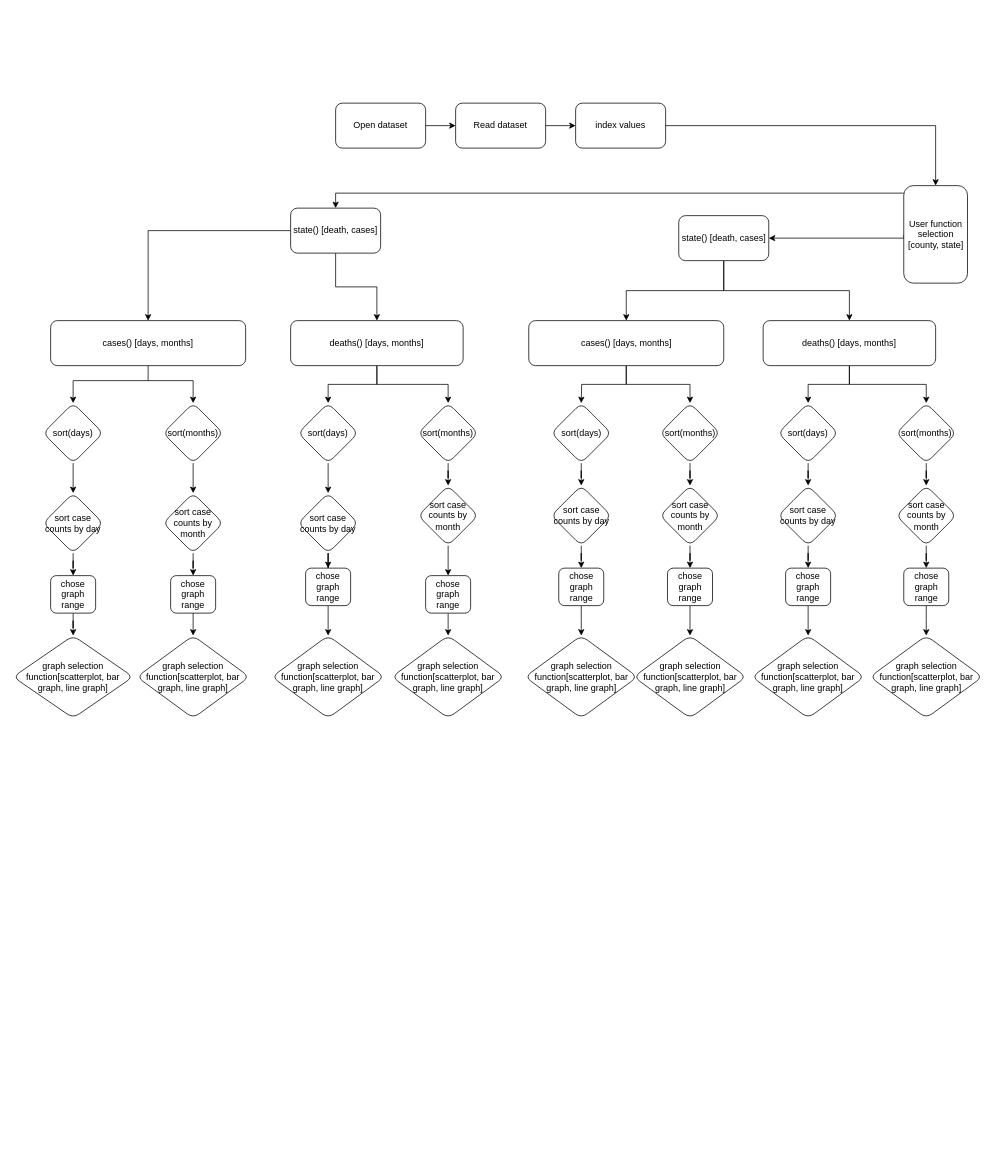
Before: Project Flowchart.drawio in burgermanBrown/INST126_Project4_COVID_Tracker, a draw.io diagram. Source tidied: cells renumbered, new cells numbered last; positions are measured from the earlier drawing's top-left corner, leaving out a move shared by most shapes. Both pictures are drawn from the tidied source at 75%, with x=0, y=0 at pixel (13, 103).
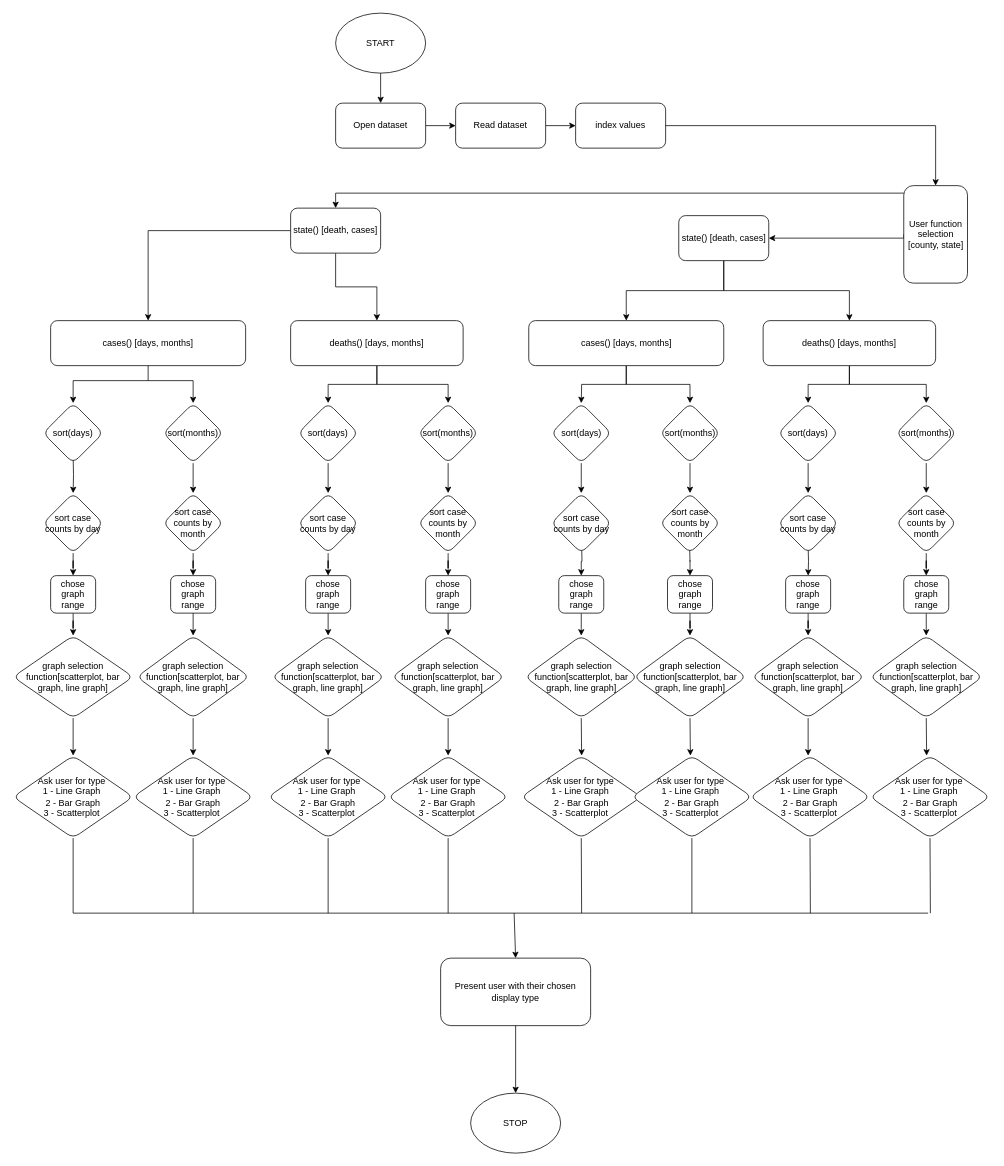
The same page after the edit.

The change refers to these unchanged cells:
```xml
<mxCell id="3" value="Open dataset" style="rounded=1;whiteSpace=wrap;html=1;" parent="1" vertex="1">
  <mxGeometry x="430" width="120" height="60" as="geometry" />
</mxCell>
<mxCell id="6" value="index values" style="whiteSpace=wrap;html=1;rounded=1;" parent="1" vertex="1">
  <mxGeometry x="750" width="120" height="60" as="geometry" />
</mxCell>
<mxCell id="15" value="sort(days)" style="rhombus;whiteSpace=wrap;html=1;rounded=1;" parent="1" vertex="1">
  <mxGeometry x="40" y="400" width="80" height="80" as="geometry" />
</mxCell>
<mxCell id="17" value="sort case counts by day" style="rhombus;whiteSpace=wrap;html=1;rounded=1;" parent="1" vertex="1">
  <mxGeometry x="40" y="520" width="80" height="80" as="geometry" />
</mxCell>
<mxCell id="20" value="graph selection function[scatterplot, bar graph, line graph]" style="rhombus;whiteSpace=wrap;html=1;rounded=1;" parent="1" vertex="1">
  <mxGeometry y="710" width="160" height="110" as="geometry" />
</mxCell>
<mxCell id="22" value="sort(months)" style="rhombus;whiteSpace=wrap;html=1;rounded=1;" parent="1" vertex="1">
  <mxGeometry x="200" y="400" width="80" height="80" as="geometry" />
</mxCell>
<mxCell id="24" value="sort case counts by month" style="rhombus;whiteSpace=wrap;html=1;rounded=1;" parent="1" vertex="1">
  <mxGeometry x="200" y="520" width="80" height="80" as="geometry" />
</mxCell>
<mxCell id="30" value="sort(days)" style="rhombus;whiteSpace=wrap;html=1;rounded=1;" parent="1" vertex="1">
  <mxGeometry x="380" y="400" width="80" height="80" as="geometry" />
</mxCell>
<mxCell id="32" value="sort case counts by day" style="rhombus;whiteSpace=wrap;html=1;rounded=1;" parent="1" vertex="1">
  <mxGeometry x="380" y="520" width="80" height="80" as="geometry" />
</mxCell>
<mxCell id="36" value="sort(months)" style="rhombus;whiteSpace=wrap;html=1;rounded=1;" parent="1" vertex="1">
  <mxGeometry x="540" y="400" width="80" height="80" as="geometry" />
</mxCell>
<mxCell id="74" value="graph selection function[scatterplot, bar graph, line graph]" style="rhombus;whiteSpace=wrap;html=1;rounded=1;" parent="1" vertex="1">
  <mxGeometry x="165" y="710" width="150" height="110" as="geometry" />
</mxCell>
<mxCell id="76" value="graph selection function[scatterplot, bar graph, line graph]" style="rhombus;whiteSpace=wrap;html=1;rounded=1;" parent="1" vertex="1">
  <mxGeometry x="345" y="710" width="150" height="110" as="geometry" />
</mxCell>
<mxCell id="77" value="graph selection function[scatterplot, bar graph, line graph]" style="rhombus;whiteSpace=wrap;html=1;rounded=1;" parent="1" vertex="1">
  <mxGeometry x="505" y="710" width="150" height="110" as="geometry" />
</mxCell>
<mxCell id="80" value="graph selection function[scatterplot, bar graph, line graph]" style="rhombus;whiteSpace=wrap;html=1;rounded=1;" parent="1" vertex="1">
  <mxGeometry x="682.5" y="710" width="150" height="110" as="geometry" />
</mxCell>
<mxCell id="81" value="graph selection function[scatterplot, bar graph, line graph]" style="rhombus;whiteSpace=wrap;html=1;rounded=1;" parent="1" vertex="1">
  <mxGeometry x="827.5" y="710" width="150" height="110" as="geometry" />
</mxCell>
<mxCell id="82" value="graph selection function[scatterplot, bar graph, line graph]" style="rhombus;whiteSpace=wrap;html=1;rounded=1;" parent="1" vertex="1">
  <mxGeometry x="985" y="710" width="150" height="110" as="geometry" />
</mxCell>
<mxCell id="83" value="graph selection function[scatterplot, bar graph, line graph]" style="rhombus;whiteSpace=wrap;html=1;rounded=1;" parent="1" vertex="1">
  <mxGeometry x="1142.5" y="710" width="150" height="110" as="geometry" />
</mxCell>
```

What changed in the source:
```diff
@@
-    <mxCell id="14" style="edgeStyle=orthogonalEdgeStyle;rounded=0;jettySize=auto;html=1;" parent="1" edge="1" source="15" target="17">
-      <mxGeometry relative="1" as="geometry" />
+    <mxCell id="14" style="edgeStyle=orthogonalEdgeStyle;rounded=0;jettySize=auto;html=1;" parent="1" edge="1" target="17">
+      <mxGeometry relative="1" as="geometry">
+        <mxPoint x="80" y="470" as="sourcePoint" />
+      </mxGeometry>
     </mxCell>
@@
-    <mxCell id="21" style="edgeStyle=orthogonalEdgeStyle;rounded=0;jettySize=auto;html=1;" parent="1" edge="1" source="22" target="24">
+    <mxCell id="21" style="edgeStyle=orthogonalEdgeStyle;rounded=0;jettySize=auto;html=1;exitX=0.5;exitY=1;exitDx=0;exitDy=0;" parent="1" edge="1" source="22" target="24">
       <mxGeometry relative="1" as="geometry" />
     </mxCell>
@@
-    <mxCell id="29" style="edgeStyle=orthogonalEdgeStyle;rounded=0;jettySize=auto;html=1;" parent="1" edge="1" source="30" target="32">
+    <mxCell id="29" style="edgeStyle=orthogonalEdgeStyle;rounded=0;jettySize=auto;html=1;exitX=0.5;exitY=1;exitDx=0;exitDy=0;" parent="1" edge="1" source="30" target="32">
       <mxGeometry relative="1" as="geometry" />
     </mxCell>
@@
     <mxCell id="34" value="chose graph range" style="whiteSpace=wrap;html=1;rounded=1;" parent="1" vertex="1">
-      <mxGeometry x="390" y="620" width="60" height="50" as="geometry" />
+      <mxGeometry x="390" y="630" width="60" height="50" as="geometry" />
     </mxCell>
-    <mxCell id="35" style="edgeStyle=orthogonalEdgeStyle;rounded=0;jettySize=auto;html=1;" parent="1" edge="1" source="36" target="38">
+    <mxCell id="35" style="edgeStyle=orthogonalEdgeStyle;rounded=0;jettySize=auto;html=1;exitX=0.5;exitY=1;exitDx=0;exitDy=0;" parent="1" edge="1" source="36" target="38">
       <mxGeometry relative="1" as="geometry" />
     </mxCell>
@@
     <mxCell id="38" value="sort case counts by month" style="rhombus;whiteSpace=wrap;html=1;rounded=1;" parent="1" vertex="1">
-      <mxGeometry x="540" y="510" width="80" height="80" as="geometry" />
+      <mxGeometry x="540" y="520" width="80" height="80" as="geometry" />
     </mxCell>
@@
-    <mxCell id="49" style="edgeStyle=orthogonalEdgeStyle;rounded=0;jettySize=auto;html=1;" parent="1" edge="1" source="50" target="52">
-      <mxGeometry relative="1" as="geometry" />
+    <mxCell id="49" style="edgeStyle=orthogonalEdgeStyle;rounded=0;jettySize=auto;html=1;" parent="1" edge="1" target="52">
+      <mxGeometry relative="1" as="geometry">
+        <mxPoint x="758" y="590" as="sourcePoint" />
+      </mxGeometry>
     </mxCell>
     <mxCell id="50" value="sort case counts by day" style="rhombus;whiteSpace=wrap;html=1;rounded=1;" parent="1" vertex="1">
-      <mxGeometry x="717.5" y="510" width="80" height="80" as="geometry" />
+      <mxGeometry x="717.5" y="520" width="80" height="80" as="geometry" />
     </mxCell>
@@
     <mxCell id="52" value="chose graph range" style="whiteSpace=wrap;html=1;rounded=1;" parent="1" vertex="1">
-      <mxGeometry x="727.5" y="620" width="60" height="50" as="geometry" />
+      <mxGeometry x="727.5" y="630" width="60" height="50" as="geometry" />
     </mxCell>
@@
-    <mxCell id="55" style="edgeStyle=orthogonalEdgeStyle;rounded=0;jettySize=auto;html=1;" parent="1" edge="1" source="56" target="58">
-      <mxGeometry relative="1" as="geometry" />
+    <mxCell id="55" style="edgeStyle=orthogonalEdgeStyle;rounded=0;jettySize=auto;html=1;" parent="1" edge="1" target="58">
+      <mxGeometry relative="1" as="geometry">
+        <mxPoint x="902" y="590" as="sourcePoint" />
+      </mxGeometry>
     </mxCell>
     <mxCell id="56" value="sort case counts by month" style="rhombus;whiteSpace=wrap;html=1;rounded=1;" parent="1" vertex="1">
-      <mxGeometry x="862.5" y="510" width="80" height="80" as="geometry" />
+      <mxGeometry x="862.5" y="520" width="80" height="80" as="geometry" />
     </mxCell>
@@
     <mxCell id="58" value="chose graph range" style="whiteSpace=wrap;html=1;rounded=1;" parent="1" vertex="1">
-      <mxGeometry x="872.5" y="620" width="60" height="50" as="geometry" />
+      <mxGeometry x="872.5" y="630" width="60" height="50" as="geometry" />
     </mxCell>
@@
-    <mxCell id="64" style="edgeStyle=orthogonalEdgeStyle;rounded=0;jettySize=auto;html=1;" parent="1" edge="1" source="65" target="67">
-      <mxGeometry relative="1" as="geometry" />
+    <mxCell id="64" style="edgeStyle=orthogonalEdgeStyle;rounded=0;jettySize=auto;html=1;" parent="1" edge="1" target="67">
+      <mxGeometry relative="1" as="geometry">
+        <mxPoint x="1060" y="590" as="sourcePoint" />
+      </mxGeometry>
     </mxCell>
     <mxCell id="65" value="sort case counts by day" style="rhombus;whiteSpace=wrap;html=1;rounded=1;" parent="1" vertex="1">
-      <mxGeometry x="1020" y="510" width="80" height="80" as="geometry" />
+      <mxGeometry x="1020" y="520" width="80" height="80" as="geometry" />
     </mxCell>
@@
     <mxCell id="67" value="chose graph range" style="whiteSpace=wrap;html=1;rounded=1;" parent="1" vertex="1">
-      <mxGeometry x="1030" y="620" width="60" height="50" as="geometry" />
+      <mxGeometry x="1030" y="630" width="60" height="50" as="geometry" />
     </mxCell>
@@
     <mxCell id="71" value="sort case counts by month" style="rhombus;whiteSpace=wrap;html=1;rounded=1;" parent="1" vertex="1">
-      <mxGeometry x="1177.5" y="510" width="80" height="80" as="geometry" />
+      <mxGeometry x="1177.5" y="520" width="80" height="80" as="geometry" />
     </mxCell>
@@
     <mxCell id="73" value="chose graph range" style="whiteSpace=wrap;html=1;rounded=1;" parent="1" vertex="1">
-      <mxGeometry x="1187.5" y="620" width="60" height="50" as="geometry" />
+      <mxGeometry x="1187.5" y="630" width="60" height="50" as="geometry" />
     </mxCell>
@@
-    <mxCell id="78" style="endArrow=none;html=1;exitX=1;exitY=0.5;exitDx=0;exitDy=0;" parent="1" edge="1" source="6">
-      <mxGeometry relative="1" as="geometry">
-        <mxPoint x="1230" y="30" as="targetPoint" />
-      </mxGeometry>
-    </mxCell>
@@
+    <mxCell id="88" style="endArrow=none;html=1;exitX=1;exitY=0.5;exitDx=0;exitDy=0;" parent="1" edge="1" source="6">
+      <mxGeometry relative="1" as="geometry">
+        <mxPoint x="1230" y="30" as="targetPoint" />
+      </mxGeometry>
+    </mxCell>
+    <mxCell id="89" value="START" style="ellipse;whiteSpace=wrap;html=1;" parent="1" vertex="1">
+      <mxGeometry x="430" y="-120" width="120" height="80" as="geometry" />
+    </mxCell>
+    <mxCell id="90" style="endArrow=classic;html=1;exitX=0.5;exitY=1;exitDx=0;exitDy=0;" parent="1" edge="1" source="89" target="3">
+      <mxGeometry relative="1" as="geometry" />
+    </mxCell>
+    <mxCell id="91" style="endArrow=classic;html=1;exitX=0.5;exitY=1;exitDx=0;exitDy=0;" parent="1" edge="1" source="20">
+      <mxGeometry relative="1" as="geometry">
+        <mxPoint x="80" y="870" as="targetPoint" />
+      </mxGeometry>
+    </mxCell>
+    <mxCell id="92" style="endArrow=classic;html=1;exitX=0.5;exitY=1;exitDx=0;exitDy=0;" parent="1" edge="1" source="74">
+      <mxGeometry relative="1" as="geometry">
+        <mxPoint x="240" y="870" as="targetPoint" />
+      </mxGeometry>
+    </mxCell>
+    <mxCell id="93" style="endArrow=classic;html=1;exitX=0.5;exitY=1;exitDx=0;exitDy=0;" parent="1" edge="1" source="76">
+      <mxGeometry relative="1" as="geometry">
+        <mxPoint x="420" y="870" as="targetPoint" />
+      </mxGeometry>
+    </mxCell>
+    <mxCell id="94" style="endArrow=classic;html=1;exitX=0.5;exitY=1;exitDx=0;exitDy=0;" parent="1" edge="1" source="77">
+      <mxGeometry relative="1" as="geometry">
+        <mxPoint x="580" y="870" as="targetPoint" />
+      </mxGeometry>
+    </mxCell>
+    <mxCell id="95" style="endArrow=classic;html=1;exitX=0.5;exitY=1;exitDx=0;exitDy=0;" parent="1" edge="1" source="80">
+      <mxGeometry relative="1" as="geometry">
+        <mxPoint x="758" y="870" as="targetPoint" />
+      </mxGeometry>
+    </mxCell>
+    <mxCell id="96" style="endArrow=classic;html=1;exitX=0.5;exitY=1;exitDx=0;exitDy=0;" parent="1" edge="1" source="81">
+      <mxGeometry relative="1" as="geometry">
+        <mxPoint x="903" y="870" as="targetPoint" />
+      </mxGeometry>
+    </mxCell>
+    <mxCell id="97" style="endArrow=classic;html=1;exitX=0.5;exitY=1;exitDx=0;exitDy=0;" parent="1" edge="1" source="82">
+      <mxGeometry relative="1" as="geometry">
+        <mxPoint x="1060" y="870" as="targetPoint" />
+      </mxGeometry>
+    </mxCell>
+    <mxCell id="98" style="endArrow=classic;html=1;exitX=0.5;exitY=1;exitDx=0;exitDy=0;" parent="1" edge="1" source="83">
+      <mxGeometry relative="1" as="geometry">
+        <mxPoint x="1218" y="870" as="targetPoint" />
+      </mxGeometry>
+    </mxCell>
+    <mxCell id="99" value="Ask user for type&amp;nbsp;&lt;br&gt;1 - Line Graph&amp;nbsp;&lt;br&gt;2 - Bar Graph&lt;br&gt;3 - Scatterplot&amp;nbsp;" style="rhombus;whiteSpace=wrap;html=1;rounded=1;" parent="1" vertex="1">
+      <mxGeometry y="870" width="160" height="110" as="geometry" />
+    </mxCell>
+    <mxCell id="100" value="Ask user for type&amp;nbsp;&lt;br&gt;1 - Line Graph&amp;nbsp;&lt;br&gt;2 - Bar Graph&lt;br&gt;3 - Scatterplot&amp;nbsp;" style="rhombus;whiteSpace=wrap;html=1;rounded=1;" parent="1" vertex="1">
+      <mxGeometry x="160" y="870" width="160" height="110" as="geometry" />
+    </mxCell>
+    <mxCell id="101" value="Ask user for type&amp;nbsp;&lt;br&gt;1 - Line Graph&amp;nbsp;&lt;br&gt;2 - Bar Graph&lt;br&gt;3 - Scatterplot&amp;nbsp;" style="rhombus;whiteSpace=wrap;html=1;rounded=1;" parent="1" vertex="1">
+      <mxGeometry x="340" y="870" width="160" height="110" as="geometry" />
+    </mxCell>
+    <mxCell id="102" value="Ask user for type&amp;nbsp;&lt;br&gt;1 - Line Graph&amp;nbsp;&lt;br&gt;2 - Bar Graph&lt;br&gt;3 - Scatterplot&amp;nbsp;" style="rhombus;whiteSpace=wrap;html=1;rounded=1;" parent="1" vertex="1">
+      <mxGeometry x="500" y="870" width="160" height="110" as="geometry" />
+    </mxCell>
+    <mxCell id="103" value="Ask user for type&amp;nbsp;&lt;br&gt;1 - Line Graph&amp;nbsp;&lt;br&gt;2 - Bar Graph&lt;br&gt;3 - Scatterplot&amp;nbsp;" style="rhombus;whiteSpace=wrap;html=1;rounded=1;" parent="1" vertex="1">
+      <mxGeometry x="677.5" y="870" width="160" height="110" as="geometry" />
+    </mxCell>
+    <mxCell id="104" value="Ask user for type&amp;nbsp;&lt;br&gt;1 - Line Graph&amp;nbsp;&lt;br&gt;2 - Bar Graph&lt;br&gt;3 - Scatterplot&amp;nbsp;" style="rhombus;whiteSpace=wrap;html=1;rounded=1;" parent="1" vertex="1">
+      <mxGeometry x="825" y="870" width="160" height="110" as="geometry" />
+    </mxCell>
+    <mxCell id="105" value="Ask user for type&amp;nbsp;&lt;br&gt;1 - Line Graph&amp;nbsp;&lt;br&gt;2 - Bar Graph&lt;br&gt;3 - Scatterplot&amp;nbsp;" style="rhombus;whiteSpace=wrap;html=1;rounded=1;" parent="1" vertex="1">
+      <mxGeometry x="982.5" y="870" width="160" height="110" as="geometry" />
+    </mxCell>
+    <mxCell id="106" value="Ask user for type&amp;nbsp;&lt;br&gt;1 - Line Graph&amp;nbsp;&lt;br&gt;2 - Bar Graph&lt;br&gt;3 - Scatterplot&amp;nbsp;" style="rhombus;whiteSpace=wrap;html=1;rounded=1;" parent="1" vertex="1">
+      <mxGeometry x="1142.5" y="870" width="160" height="110" as="geometry" />
+    </mxCell>
+    <mxCell id="107" value="Present user with their chosen display type" style="rounded=1;whiteSpace=wrap;html=1;" parent="1" vertex="1">
+      <mxGeometry x="570" y="1140" width="200" height="90" as="geometry" />
+    </mxCell>
+    <mxCell id="108" style="endArrow=classic;html=1;entryX=0.5;entryY=0;entryDx=0;entryDy=0;" parent="1" edge="1" target="107">
+      <mxGeometry relative="1" as="geometry">
+        <mxPoint x="668" y="1080" as="sourcePoint" />
+      </mxGeometry>
+    </mxCell>
+    <mxCell id="109" style="endArrow=none;html=1;" parent="1" edge="1">
+      <mxGeometry relative="1" as="geometry">
+        <mxPoint x="80" y="1080" as="sourcePoint" />
+        <mxPoint x="1220" y="1080" as="targetPoint" />
+      </mxGeometry>
+    </mxCell>
+    <mxCell id="110" style="endArrow=none;html=1;exitX=0.5;exitY=1;exitDx=0;exitDy=0;" parent="1" edge="1" source="99">
+      <mxGeometry relative="1" as="geometry">
+        <mxPoint x="80" y="1080" as="targetPoint" />
+      </mxGeometry>
+    </mxCell>
+    <mxCell id="111" style="endArrow=none;html=1;exitX=0.5;exitY=1;exitDx=0;exitDy=0;" parent="1" edge="1" source="100">
+      <mxGeometry relative="1" as="geometry">
+        <mxPoint x="240" y="1080" as="targetPoint" />
+      </mxGeometry>
+    </mxCell>
+    <mxCell id="112" style="endArrow=none;html=1;exitX=0.5;exitY=1;exitDx=0;exitDy=0;" parent="1" edge="1" source="101">
+      <mxGeometry relative="1" as="geometry">
+        <mxPoint x="420" y="1080" as="targetPoint" />
+      </mxGeometry>
+    </mxCell>
+    <mxCell id="113" style="endArrow=none;html=1;exitX=0.5;exitY=1;exitDx=0;exitDy=0;" parent="1" edge="1" source="102">
+      <mxGeometry relative="1" as="geometry">
+        <mxPoint x="580" y="1080" as="targetPoint" />
+      </mxGeometry>
+    </mxCell>
+    <mxCell id="114" style="endArrow=none;html=1;exitX=0.5;exitY=1;exitDx=0;exitDy=0;" parent="1" edge="1" source="103">
+      <mxGeometry relative="1" as="geometry">
+        <mxPoint x="758" y="1080" as="targetPoint" />
+      </mxGeometry>
+    </mxCell>
+    <mxCell id="115" style="endArrow=none;html=1;exitX=0.5;exitY=1;exitDx=0;exitDy=0;" parent="1" edge="1" source="104">
+      <mxGeometry relative="1" as="geometry">
+        <mxPoint x="905" y="1080" as="targetPoint" />
+      </mxGeometry>
+    </mxCell>
+    <mxCell id="116" style="endArrow=none;html=1;exitX=0.5;exitY=1;exitDx=0;exitDy=0;" parent="1" edge="1" source="105">
+      <mxGeometry relative="1" as="geometry">
+        <mxPoint x="1063" y="1080" as="targetPoint" />
+      </mxGeometry>
+    </mxCell>
+    <mxCell id="117" style="endArrow=none;html=1;exitX=0.5;exitY=1;exitDx=0;exitDy=0;" parent="1" edge="1" source="106">
+      <mxGeometry relative="1" as="geometry">
+        <mxPoint x="1223" y="1080" as="targetPoint" />
+      </mxGeometry>
+    </mxCell>
+    <mxCell id="118" value="STOP" style="ellipse;whiteSpace=wrap;html=1;" parent="1" vertex="1">
+      <mxGeometry x="610" y="1320" width="120" height="80" as="geometry" />
+    </mxCell>
+    <mxCell id="119" style="endArrow=classic;html=1;exitX=0.5;exitY=1;exitDx=0;exitDy=0;entryX=0.5;entryY=0;entryDx=0;entryDy=0;" parent="1" edge="1" source="107" target="118">
+      <mxGeometry relative="1" as="geometry" />
+    </mxCell>
```
